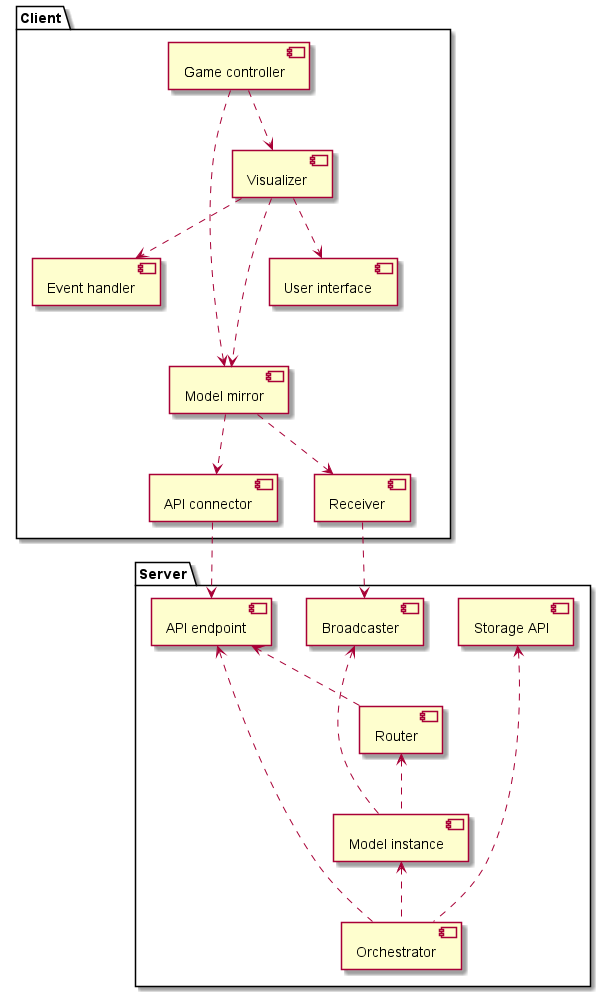
SWA-group-1/PlantUML keeps this PlantUML diagram as Development/Component/ClientServer.png. Above is the earlier version.
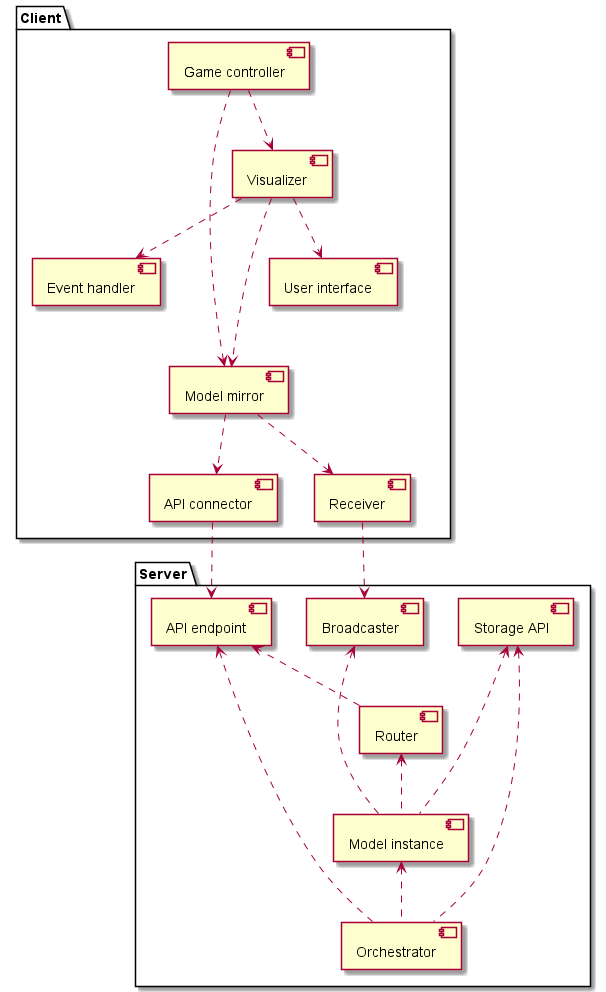
The same diagram one commit later.

Commit message:
Added dependency from Model instance to Storage API.

Diff of the diagram source:
```diff
@@ -13,7 +13,7 @@
     orchestrator .up.> storage
     model .up.> router
     model .up.> broadcaster
-    model -[hidden]up- storage
+    model .up.> storage
     router -[hidden]up- broadcaster
     router -[hidden]up- storage
     router .down.> endpoint
```
